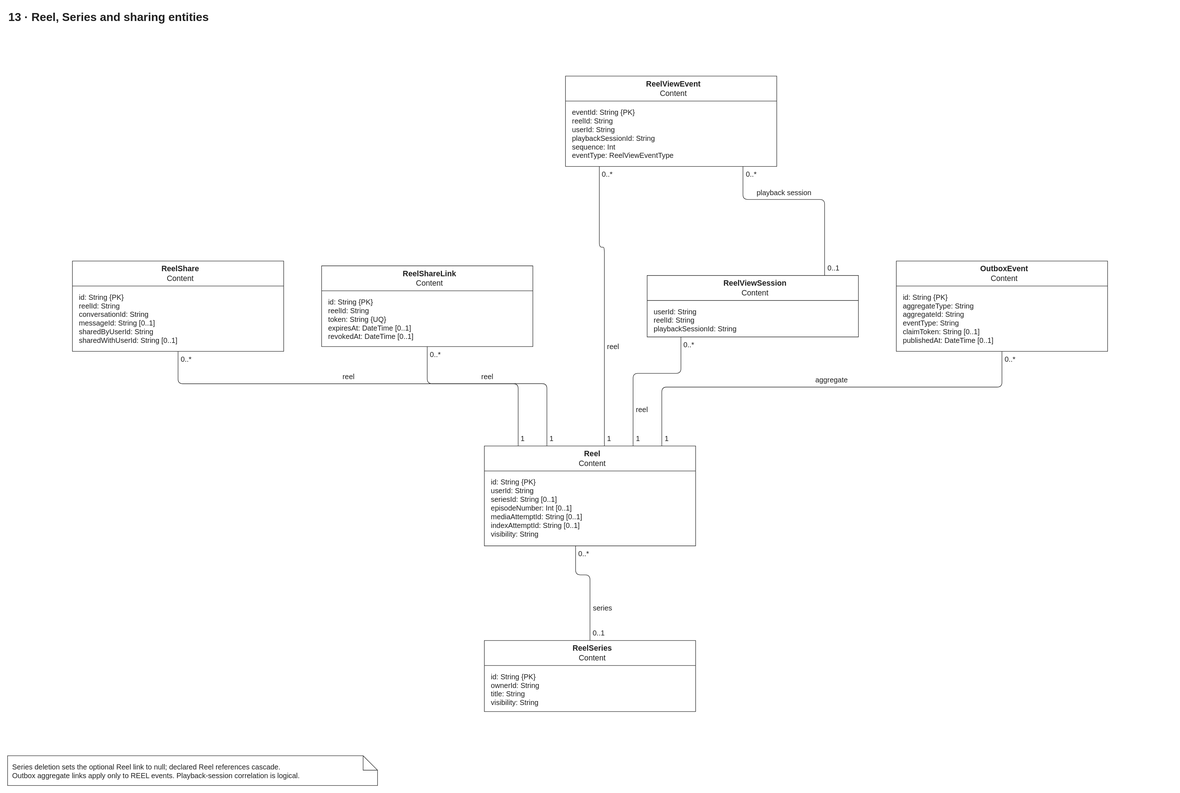
Before: docs/diagrams/velora-current/importable-svg/13-content.drawio.svg, a diagram exported from draw.io (HieuCuteDangYeu/velora-backend). Source tidied: cells renumbered, new cells last; positions are measured from the earlier drawing's top-left corner, leaving out a move shared by most shapes.
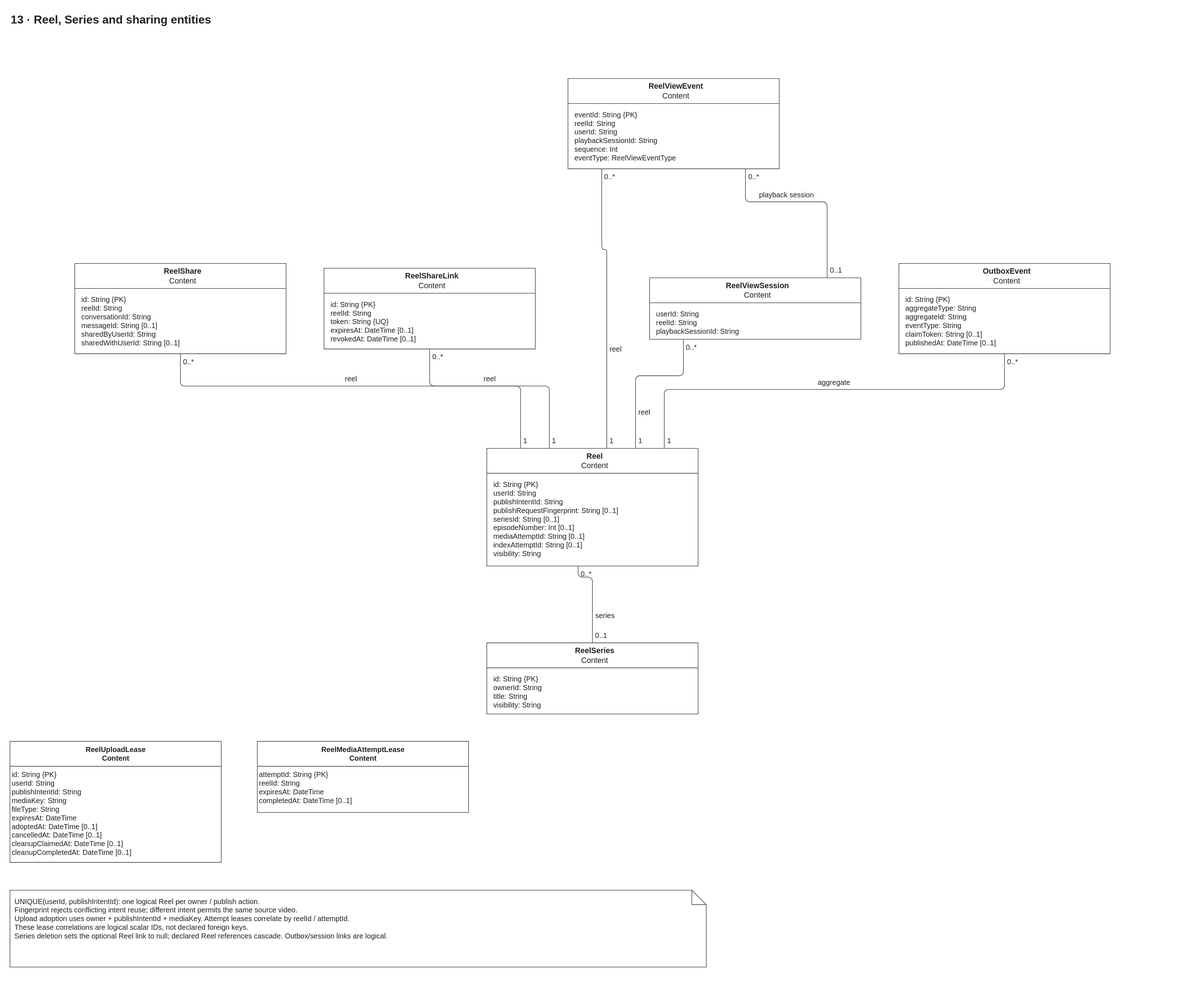
Later version of the same file.

What changed in the source:
```diff
@@ -135,10 +135,10 @@
       <mxGeometry y="52" width="440" height="96" as="geometry" />
     </mxCell>
     <mxCell id="25" value="&lt;b&gt;Reel&lt;/b&gt;&lt;br&gt;Content" style="swimlane;html=1;whiteSpace=wrap;align=center;verticalAlign=middle;startSize=52;fontSize=16;spacingLeft=10;fillColor=light-dark(#ffffff,#181818);swimlaneFillColor=light-dark(#ffffff,#181818);strokeColor=light-dark(#202020,#eeeeee);horizontal=1;fontFamily=Arial;fontColor=light-dark(#202020,#eeeeee);fontStyle=0;strokeWidth=1;" parent="1" vertex="1">
-      <mxGeometry x="993" y="913" width="440" height="208" as="geometry" />
+      <mxGeometry x="993" y="913" width="440" height="245" as="geometry" />
     </mxCell>
-    <mxCell id="26" value="id: String {PK}&lt;br&gt;userId: String&lt;br&gt;seriesId: String [0..1]&lt;br&gt;episodeNumber: Int [0..1]&lt;br&gt;mediaAttemptId: String [0..1]&lt;br&gt;indexAttemptId: String [0..1]&lt;br&gt;visibility: String" style="text;html=1;whiteSpace=wrap;overflow=hidden;fontFamily=Arial;fontSize=15;align=left;verticalAlign=top;spacingLeft=12;spacingRight=12;strokeColor=none;fillColor=none;fontColor=light-dark(#202020,#eeeeee);spacingTop=8;spacingBottom=8;" parent="25" vertex="1">
-      <mxGeometry y="52" width="440" height="156" as="geometry" />
+    <mxCell id="26" value="id: String {PK}&lt;br&gt;userId: String&lt;br&gt;publishIntentId: String&lt;br&gt;publishRequestFingerprint: String [0..1]&lt;br&gt;seriesId: String [0..1]&lt;br&gt;episodeNumber: Int [0..1]&lt;br&gt;mediaAttemptId: String [0..1]&lt;br&gt;indexAttemptId: String [0..1]&lt;br&gt;visibility: String" style="text;html=1;whiteSpace=wrap;overflow=hidden;fontFamily=Arial;fontSize=15;align=left;verticalAlign=top;spacingLeft=12;spacingRight=12;strokeColor=none;fillColor=none;fontColor=light-dark(#202020,#eeeeee);spacingTop=8;spacingBottom=8;" parent="25" vertex="1">
+      <mxGeometry y="52" width="440" height="193" as="geometry" />
     </mxCell>
     <mxCell id="27" value="&lt;b&gt;ReelShare&lt;/b&gt;&lt;br&gt;Content" style="swimlane;html=1;whiteSpace=wrap;align=center;verticalAlign=middle;startSize=52;fontSize=16;spacingLeft=10;fillColor=light-dark(#ffffff,#181818);swimlaneFillColor=light-dark(#ffffff,#181818);strokeColor=light-dark(#202020,#eeeeee);horizontal=1;fontFamily=Arial;fontColor=light-dark(#202020,#eeeeee);fontStyle=0;strokeWidth=1;" parent="1" vertex="1">
       <mxGeometry x="135" y="528" width="440" height="188" as="geometry" />
@@ -173,8 +173,20 @@
     <mxCell id="37" value="13 · Reel, Series and sharing entities" style="text;html=1;whiteSpace=wrap;overflow=hidden;fontFamily=Arial;fontSize=24;fontStyle=1;align=left;fontColor=light-dark(#202020,#eeeeee);fillColor=none;" parent="1" vertex="1">
       <mxGeometry width="2426" height="45" as="geometry" />
     </mxCell>
-    <mxCell id="38" value="Series deletion sets the optional Reel link to null; declared Reel references cascade.&lt;br&gt;Outbox aggregate links apply only to REEL events. Playback-session correlation is logical." style="shape=note;html=1;whiteSpace=wrap;overflow=hidden;fontFamily=Arial;fontSize=15;align=left;verticalAlign=top;spacing=10;fillColor=light-dark(#ffffff,#181818);strokeColor=light-dark(#202020,#eeeeee);fontColor=light-dark(#202020,#eeeeee);" parent="1" vertex="1">
-      <mxGeometry y="1558" width="770.5" height="62" as="geometry" />
+    <mxCell id="38" value="UNIQUE(userId, publishIntentId): one logical Reel per owner / publish action.&lt;br&gt;Fingerprint rejects conflicting intent reuse; different intent permits the same source video.&lt;br&gt;Upload adoption uses owner + publishIntentId + mediaKey. Attempt leases correlate by reelId / attemptId.&lt;br&gt;These lease correlations are logical scalar IDs, not declared foreign keys.&lt;br&gt;Series deletion sets the optional Reel link to null; declared Reel references cascade. Outbox/session links are logical." style="shape=note;html=1;whiteSpace=wrap;overflow=hidden;fontFamily=Arial;fontSize=15;align=left;verticalAlign=top;spacing=10;fillColor=light-dark(#ffffff,#181818);strokeColor=light-dark(#202020,#eeeeee);fontColor=light-dark(#202020,#eeeeee);" parent="1" vertex="1">
+      <mxGeometry y="1833" width="1450" height="160" as="geometry" />
     </mxCell>
+    <mxCell id="39" value="&lt;b&gt;ReelUploadLease&lt;/b&gt;&lt;br&gt;Content" style="swimlane;html=1;startSize=52;horizontal=1;rounded=0;fillColor=light-dark(#ffffff,#181818);strokeColor=light-dark(#202020,#eeeeee);fontColor=light-dark(#202020,#eeeeee);fontFamily=Arial;fontSize=15;" parent="1" vertex="1">
+      <mxGeometry y="1523" width="440" height="252" as="geometry" />
+    </mxCell>
+    <mxCell id="40" value="id: String {PK}&lt;br&gt;userId: String&lt;br&gt;publishIntentId: String&lt;br&gt;mediaKey: String&lt;br&gt;fileType: String&lt;br&gt;expiresAt: DateTime&lt;br&gt;adoptedAt: DateTime [0..1]&lt;br&gt;cancelledAt: DateTime [0..1]&lt;br&gt;cleanupClaimedAt: DateTime [0..1]&lt;br&gt;cleanupCompletedAt: DateTime [0..1]" style="text;html=1;whiteSpace=wrap;align=left;verticalAlign=top;spacing=4;fontFamily=Arial;fontSize=15;fontColor=light-dark(#202020,#eeeeee);fillColor=none;strokeColor=none;" parent="39" vertex="1">
+      <mxGeometry y="52" width="440" height="200" as="geometry" />
+    </mxCell>
+    <mxCell id="41" value="&lt;b&gt;ReelMediaAttemptLease&lt;/b&gt;&lt;br&gt;Content" style="swimlane;html=1;startSize=52;horizontal=1;rounded=0;fillColor=light-dark(#ffffff,#181818);strokeColor=light-dark(#202020,#eeeeee);fontColor=light-dark(#202020,#eeeeee);fontFamily=Arial;fontSize=15;" parent="1" vertex="1">
+      <mxGeometry x="515" y="1523" width="440" height="148" as="geometry" />
+    </mxCell>
+    <mxCell id="42" value="attemptId: String {PK}&lt;br&gt;reelId: String&lt;br&gt;expiresAt: DateTime&lt;br&gt;completedAt: DateTime [0..1]" style="text;html=1;whiteSpace=wrap;align=left;verticalAlign=top;spacing=4;fontFamily=Arial;fontSize=15;fontColor=light-dark(#202020,#eeeeee);fillColor=none;strokeColor=none;" parent="41" vertex="1">
+      <mxGeometry y="52" width="440" height="96" as="geometry" />
+    </mxCell>
   </root>
 </mxGraphModel>
```
